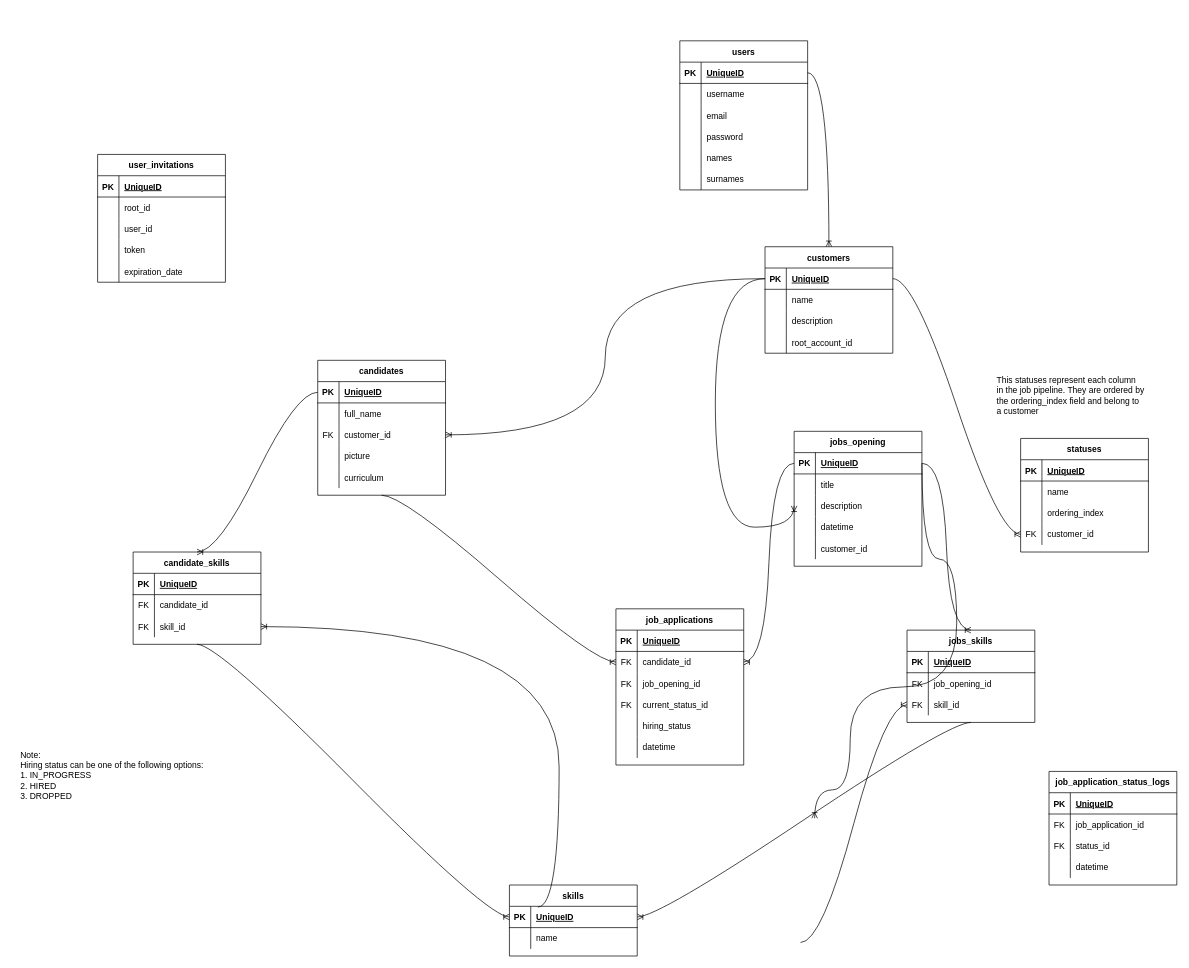
The draw.io diagram Data Structure.drawio in choucoder/multi-tenant-ats, before the edit. Source tidied: cells renumbered, new cells numbered last; positions are measured from the earlier drawing's top-left corner, leaving out a move shared by most shapes. Both pictures are drawn from the tidied source at 71%, with x=0, y=0 at pixel (12, 40).
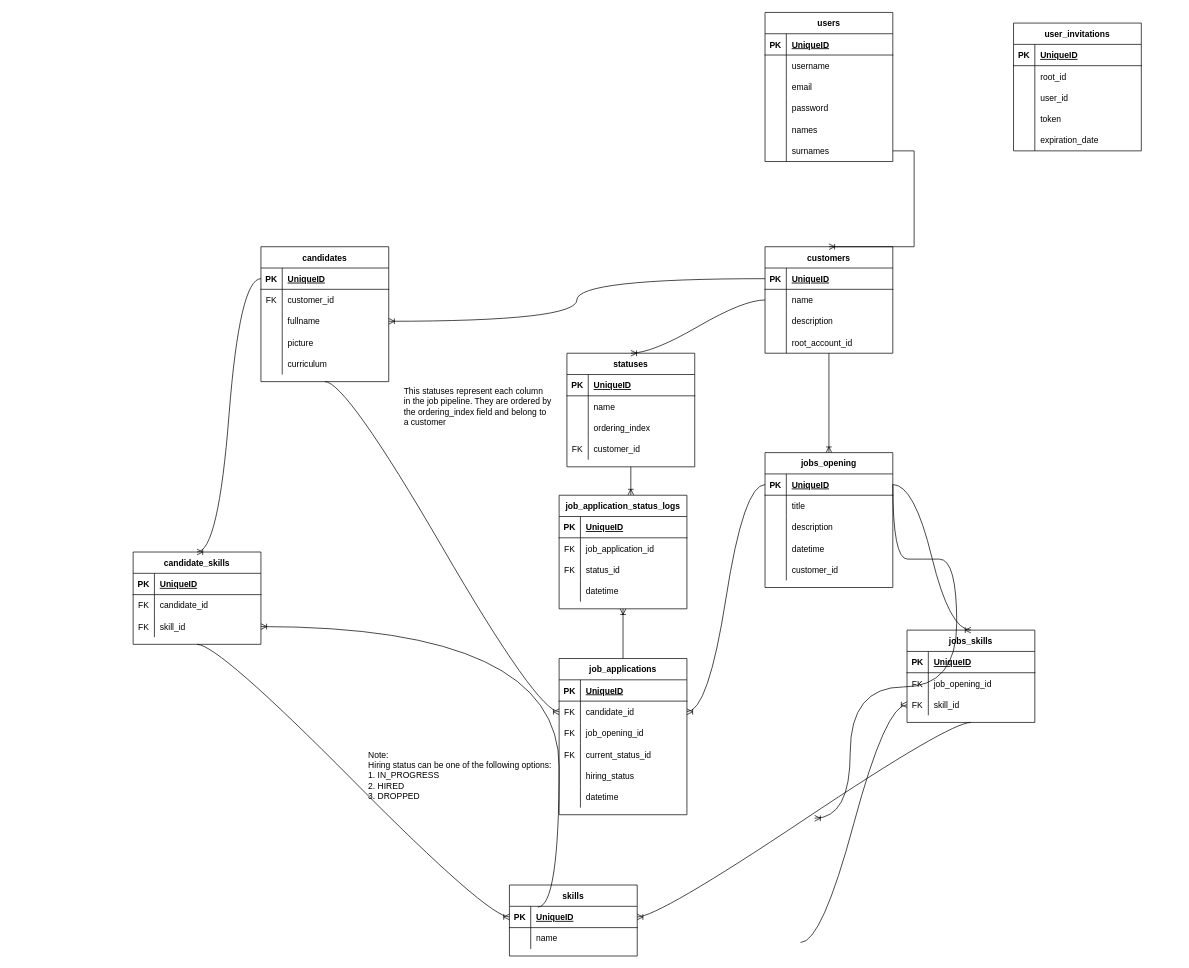
The same page after the edit.

The change refers to these unchanged cells:
```xml
<mxCell id="9" style="shape=tableRow;horizontal=0;startSize=0;swimlaneHead=0;swimlaneBody=0;fillColor=none;points=[[0,0.5],[1,0.5]];portConstraint=eastwest;top=0;left=0;right=0;bottom=0;" parent="2" vertex="1">
  <mxGeometry y="90" width="180" height="30" as="geometry" />
</mxCell>
<mxCell id="19" style="shape=tableRow;horizontal=0;startSize=0;swimlaneHead=0;swimlaneBody=0;fillColor=none;points=[[0,0.5],[1,0.5]];portConstraint=eastwest;top=0;left=0;right=0;bottom=1;" parent="18" vertex="1">
  <mxGeometry y="30" width="180" height="30" as="geometry" />
</mxCell>
<mxCell id="34" style="shape=tableRow;horizontal=0;startSize=0;swimlaneHead=0;swimlaneBody=0;fillColor=none;points=[[0,0.5],[1,0.5]];portConstraint=eastwest;top=0;left=0;right=0;bottom=0;" parent="18" vertex="1">
  <mxGeometry y="180" width="180" height="30" as="geometry" />
</mxCell>
<mxCell id="41" style="shape=tableRow;horizontal=0;startSize=0;swimlaneHead=0;swimlaneBody=0;fillColor=none;top=0;left=0;right=0;bottom=0;" parent="37" vertex="1">
  <mxGeometry y="60" width="180" height="30" as="geometry" />
</mxCell>
<mxCell id="44" style="shape=tableRow;horizontal=0;startSize=0;swimlaneHead=0;swimlaneBody=0;fillColor=none;points=[[0,0.5],[1,0.5]];portConstraint=eastwest;top=0;left=0;right=0;bottom=0;" parent="37" vertex="1">
  <mxGeometry y="90" width="180" height="30" as="geometry" />
</mxCell>
<mxCell id="63" style="shape=tableRow;horizontal=0;startSize=0;swimlaneHead=0;swimlaneBody=0;fillColor=none;points=[[0,0.5],[1,0.5]];portConstraint=eastwest;top=0;left=0;right=0;bottom=0;" parent="53" vertex="1">
  <mxGeometry y="120" width="180" height="30" as="geometry" />
</mxCell>
<mxCell id="73" value="customers" style="shape=table;startSize=30;childLayout=tableLayout;rowLines=0;fontStyle=1;align=center;" parent="1" vertex="1">
  <mxGeometry x="1060" y="290" width="180" height="150" as="geometry" />
</mxCell>
<mxCell id="74" style="shape=tableRow;horizontal=0;startSize=0;swimlaneHead=0;swimlaneBody=0;fillColor=none;points=[[0,0.5],[1,0.5]];portConstraint=eastwest;top=0;left=0;right=0;bottom=1;" parent="73" vertex="1">
  <mxGeometry y="30" width="180" height="30" as="geometry" />
</mxCell>
<mxCell id="77" style="shape=tableRow;horizontal=0;startSize=0;swimlaneHead=0;swimlaneBody=0;fillColor=none;points=[[0,0.5],[1,0.5]];portConstraint=eastwest;top=0;left=0;right=0;bottom=0;" parent="73" vertex="1">
  <mxGeometry y="60" width="180" height="30" as="geometry" />
</mxCell>
<mxCell id="83" style="shape=tableRow;horizontal=0;startSize=0;swimlaneHead=0;swimlaneBody=0;fillColor=none;points=[[0,0.5],[1,0.5]];portConstraint=eastwest;top=0;left=0;right=0;bottom=0;" parent="73" vertex="1">
  <mxGeometry y="120" width="180" height="30" as="geometry" />
</mxCell>
```

The edit, as a diff of the source:
```diff
@@
     <mxCell id="2" value="jobs_opening" style="shape=table;startSize=30;childLayout=tableLayout;rowLines=0;fontStyle=1;align=center;" parent="1" vertex="1">
-      <mxGeometry x="1101" y="550" width="180" height="190" as="geometry" />
+      <mxGeometry x="1060" y="580" width="180" height="190" as="geometry" />
     </mxCell>
@@
     <mxCell id="18" value="users" style="shape=table;startSize=30;childLayout=tableLayout;rowLines=0;fontStyle=1;align=center;" parent="1" vertex="1">
-      <mxGeometry x="940" width="180" height="210" as="geometry" />
+      <mxGeometry x="1060" y="-40" width="180" height="210" as="geometry" />
     </mxCell>
@@
     <mxCell id="37" value="candidates" style="shape=table;startSize=30;childLayout=tableLayout;rowLines=0;fontStyle=1;align=center;" parent="1" vertex="1">
-      <mxGeometry x="430" y="450" width="180" height="190" as="geometry" />
+      <mxGeometry x="350" y="290" width="180" height="190" as="geometry" />
     </mxCell>
@@
-    <mxCell id="42" style="shape=partialRectangle;fillColor=none;top=0;left=0;bottom=0;right=0;overflow=hidden;" parent="41" vertex="1">
+    <mxCell id="42" value="FK" style="shape=partialRectangle;fillColor=none;top=0;left=0;bottom=0;right=0;overflow=hidden;" parent="41" vertex="1">
       <mxGeometry width="30" height="30" as="geometry" />
     </mxCell>
-    <mxCell id="43" value="full_name" style="shape=partialRectangle;fillColor=none;top=0;left=0;bottom=0;right=0;align=left;spacingLeft=6;overflow=hidden;" parent="41" vertex="1">
+    <mxCell id="43" value="customer_id" style="shape=partialRectangle;fillColor=none;top=0;left=0;bottom=0;right=0;align=left;spacingLeft=6;overflow=hidden;" parent="41" vertex="1">
       <mxGeometry x="30" width="150" height="30" as="geometry" />
     </mxCell>
@@
-    <mxCell id="45" value="FK" style="shape=partialRectangle;fillColor=none;top=0;left=0;bottom=0;right=0;overflow=hidden;" parent="44" vertex="1">
+    <mxCell id="45" style="shape=partialRectangle;fillColor=none;top=0;left=0;bottom=0;right=0;overflow=hidden;" parent="44" vertex="1">
       <mxGeometry width="30" height="30" as="geometry" />
     </mxCell>
-    <mxCell id="46" value="customer_id" style="shape=partialRectangle;fillColor=none;top=0;left=0;bottom=0;right=0;align=left;spacingLeft=6;overflow=hidden;" parent="44" vertex="1">
+    <mxCell id="46" value="fullname" style="shape=partialRectangle;fillColor=none;top=0;left=0;bottom=0;right=0;align=left;spacingLeft=6;overflow=hidden;" parent="44" vertex="1">
       <mxGeometry x="30" width="150" height="30" as="geometry" />
     </mxCell>
@@
     <mxCell id="53" value="statuses" style="shape=table;startSize=30;childLayout=tableLayout;rowLines=0;fontStyle=1;align=center;" parent="1" vertex="1">
-      <mxGeometry x="1420" y="560" width="180" height="160" as="geometry" />
+      <mxGeometry x="781" y="440" width="180" height="160" as="geometry" />
     </mxCell>
@@
-    <mxCell id="87" style="edgeStyle=orthogonalEdgeStyle;fontSize=12;html=1;endArrow=ERoneToMany;rounded=0;exitX=0;exitY=0.5;exitDx=0;exitDy=0;entryX=0;entryY=0.5;entryDx=0;entryDy=0;curved=1;" parent="1" edge="1" source="74" target="9">
-      <mxGeometry relative="1" as="geometry">
-        <Array as="points">
-          <mxPoint x="990" y="335" />
-          <mxPoint x="990" y="685" />
-        </Array>
-      </mxGeometry>
-    </mxCell>
-    <mxCell id="88" style="edgeStyle=entityRelationEdgeStyle;fontSize=12;html=1;endArrow=ERoneToMany;rounded=0;curved=1;exitX=1;exitY=0.5;exitDx=0;exitDy=0;entryX=0;entryY=0.5;entryDx=0;entryDy=0;" parent="1" edge="1" source="74" target="63">
-      <mxGeometry relative="1" as="geometry" />
-    </mxCell>
     <mxCell id="89" value="job_application_status_logs" style="shape=table;startSize=30;childLayout=tableLayout;rowLines=0;fontStyle=1;align=center;" parent="1" vertex="1">
-      <mxGeometry x="1460" y="1029" width="180" height="160" as="geometry" />
+      <mxGeometry x="770" y="640" width="180" height="160" as="geometry" />
     </mxCell>
@@
-    <mxCell id="102" style="edgeStyle=orthogonalEdgeStyle;fontSize=12;html=1;endArrow=ERoneToMany;rounded=0;exitX=1;exitY=0.5;exitDx=0;exitDy=0;entryX=0.5;entryY=0;entryDx=0;entryDy=0;curved=1;" parent="1" edge="1" source="19" target="73">
-      <mxGeometry relative="1" as="geometry" />
-    </mxCell>
     <mxCell id="103" value="&lt;div style=&quot;text-align: left;&quot;&gt;&lt;span style=&quot;background-color: initial;&quot;&gt;Note:&lt;/span&gt;&lt;/div&gt;&lt;div style=&quot;text-align: left;&quot;&gt;&lt;span style=&quot;background-color: initial;&quot;&gt;Hiring status can be one of the following options:&lt;/span&gt;&lt;/div&gt;&lt;div style=&quot;text-align: left;&quot;&gt;&lt;span style=&quot;background-color: initial;&quot;&gt;1. IN_PROGRESS&lt;/span&gt;&lt;/div&gt;&lt;div style=&quot;text-align: left;&quot;&gt;&lt;span style=&quot;background-color: initial;&quot;&gt;2. HIRED&lt;/span&gt;&lt;/div&gt;&lt;div style=&quot;text-align: left;&quot;&gt;&lt;span style=&quot;background-color: initial;&quot;&gt;3. DROPPED&lt;/span&gt;&lt;/div&gt;" style="text;html=1;align=center;verticalAlign=middle;strokeColor=none;fillColor=none;" parent="1" vertex="1">
-      <mxGeometry y="990" width="280" height="90" as="geometry" />
+      <mxGeometry x="490" y="990" width="280" height="90" as="geometry" />
     </mxCell>
     <mxCell id="104" value="&lt;div style=&quot;text-align: justify;&quot;&gt;&lt;span style=&quot;background-color: initial;&quot;&gt;This statuses represent each column&lt;/span&gt;&lt;/div&gt;&lt;div style=&quot;text-align: justify;&quot;&gt;&lt;span style=&quot;background-color: initial;&quot;&gt;in the job pipeline. They are ordered by&lt;/span&gt;&lt;/div&gt;&lt;div style=&quot;text-align: justify;&quot;&gt;&lt;span style=&quot;background-color: initial;&quot;&gt;the ordering_index field and belong to&lt;/span&gt;&lt;/div&gt;&lt;div style=&quot;text-align: justify;&quot;&gt;&lt;span style=&quot;background-color: initial;&quot;&gt;a customer&lt;/span&gt;&lt;/div&gt;" style="text;html=1;align=center;verticalAlign=middle;strokeColor=none;fillColor=none;" parent="1" vertex="1">
-      <mxGeometry x="1375" y="465" width="230" height="70" as="geometry" />
+      <mxGeometry x="540" y="480" width="230" height="70" as="geometry" />
     </mxCell>
@@
     <mxCell id="128" value="user_invitations" style="shape=table;startSize=30;childLayout=tableLayout;rowLines=0;fontStyle=1;align=center;" parent="1" vertex="1">
-      <mxGeometry x="120" y="160" width="180" height="180" as="geometry" />
+      <mxGeometry x="1410" y="-25" width="180" height="180" as="geometry" />
     </mxCell>
@@
     <mxCell id="144" value="job_applications" style="shape=table;startSize=30;childLayout=tableLayout;rowLines=0;fontStyle=1;align=center;" parent="1" vertex="1">
-      <mxGeometry x="850" y="800" width="180" height="220" as="geometry" />
+      <mxGeometry x="770" y="870" width="180" height="220" as="geometry" />
     </mxCell>
@@
+    <mxCell id="169" style="fontSize=12;html=1;endArrow=ERoneToMany;rounded=0;entryX=0.5;entryY=0;entryDx=0;entryDy=0;" parent="1" edge="1" source="83" target="2">
+      <mxGeometry relative="1" as="geometry" />
+    </mxCell>
+    <mxCell id="170" style="edgeStyle=entityRelationEdgeStyle;fontSize=12;html=1;endArrow=ERoneToMany;rounded=0;curved=1;entryX=0.5;entryY=0;entryDx=0;entryDy=0;exitX=0;exitY=0.5;exitDx=0;exitDy=0;" parent="1" edge="1" source="77" target="53">
+      <mxGeometry relative="1" as="geometry" />
+    </mxCell>
+    <mxCell id="171" style="fontSize=12;html=1;endArrow=ERoneToMany;rounded=0;exitX=0.5;exitY=0;exitDx=0;exitDy=0;entryX=0.5;entryY=1;entryDx=0;entryDy=0;" parent="1" edge="1" source="144" target="89">
+      <mxGeometry relative="1" as="geometry" />
+    </mxCell>
+    <mxCell id="172" style="fontSize=12;html=1;endArrow=ERoneToMany;rounded=0;entryX=0.561;entryY=-0.002;entryDx=0;entryDy=0;entryPerimeter=0;exitX=0.5;exitY=1;exitDx=0;exitDy=0;" parent="1" edge="1" source="53" target="89">
+      <mxGeometry relative="1" as="geometry" />
+    </mxCell>
+    <mxCell id="173" style="edgeStyle=entityRelationEdgeStyle;fontSize=12;html=1;endArrow=ERoneToMany;rounded=0;entryX=0.5;entryY=0;entryDx=0;entryDy=0;" parent="1" edge="1" source="34" target="73">
+      <mxGeometry relative="1" as="geometry" />
+    </mxCell>
```
